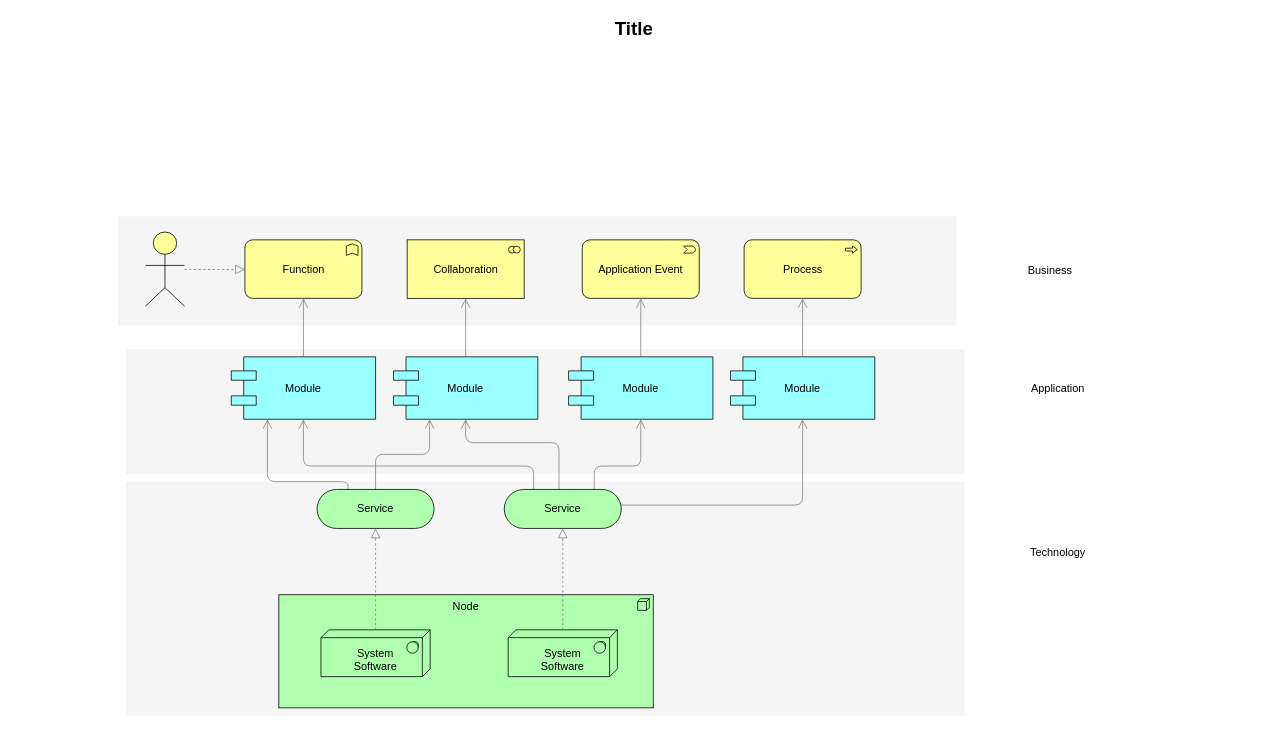
killermyth/killermyth.github.io keeps this draw.io diagram as 未命名绘图.drawio. Above is the earlier version. Source tidied: cells renumbered, new cells numbered last; positions are measured from the earlier drawing's top-left corner, leaving out a move shared by most shapes. Both pictures are drawn from the tidied source at 78%, with x=0, y=0 at pixel (13, 13).
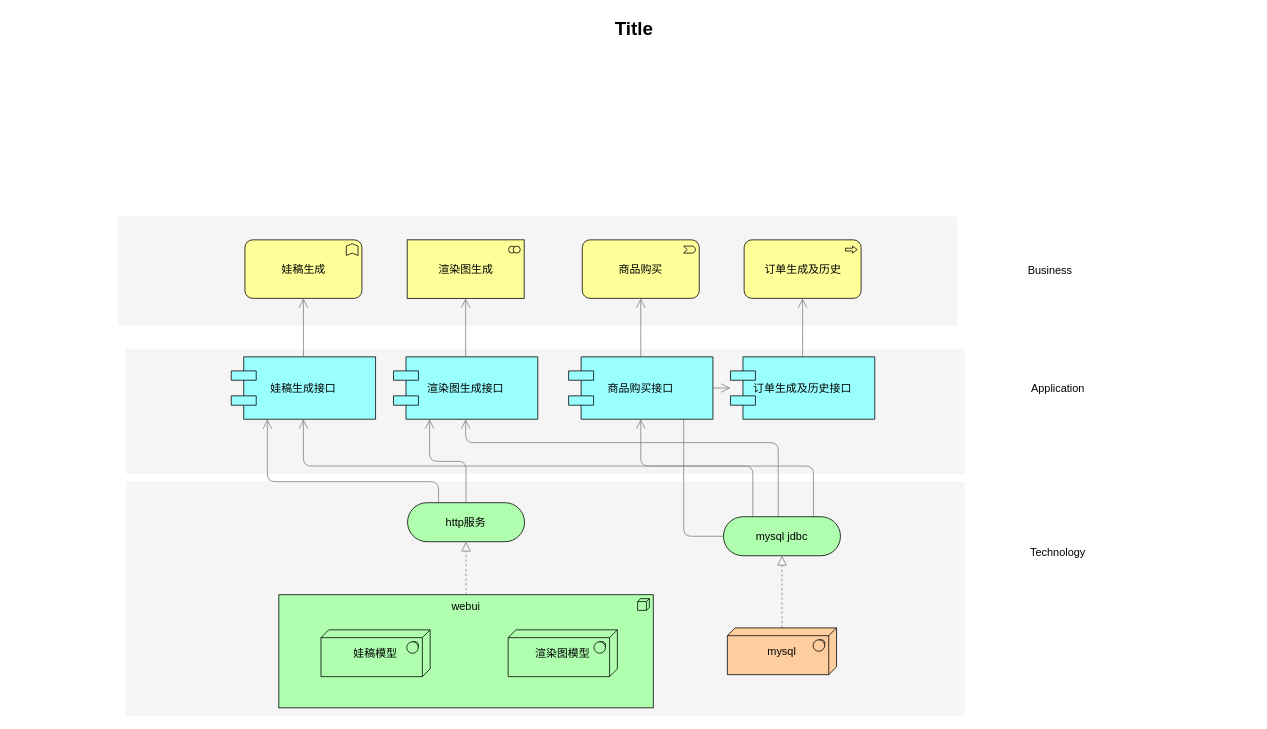
After the change.

Commit message:
更新未命名绘图.drawio

What changed in the source:
```diff
@@
-    <mxCell id="5" value="Node" style="html=1;whiteSpace=wrap;fillColor=#AFFFAF;shape=mxgraph.archimate3.application;appType=node;archiType=square;fontSize=14;verticalAlign=top;" parent="1" vertex="1">
+    <mxCell id="5" value="webui" style="html=1;whiteSpace=wrap;fillColor=#AFFFAF;shape=mxgraph.archimate3.application;appType=node;archiType=square;fontSize=14;verticalAlign=top;" parent="1" vertex="1">
       <mxGeometry x="340" y="745" width="480" height="145" as="geometry" />
     </mxCell>
-    <mxCell id="6" style="edgeStyle=elbowEdgeStyle;rounded=1;elbow=vertical;html=1;startSize=10;endArrow=block;endFill=0;endSize=10;jettySize=auto;strokeColor=#808080;fontSize=14;dashed=1;" parent="1" edge="1" source="7" target="12">
+    <mxCell id="6" style="edgeStyle=elbowEdgeStyle;rounded=1;elbow=vertical;html=1;startSize=10;endArrow=block;endFill=0;endSize=10;jettySize=auto;strokeColor=#808080;fontSize=14;dashed=1;" parent="1" edge="1" source="5" target="12">
       <mxGeometry relative="1" as="geometry" />
     </mxCell>
-    <mxCell id="7" value="&lt;div&gt;&lt;br&gt;&lt;/div&gt;System&lt;div&gt;Software&lt;/div&gt;" style="html=1;whiteSpace=wrap;fillColor=#AFFFAF;shape=mxgraph.archimate3.tech;techType=sysSw;fontSize=14;" parent="1" vertex="1">
+    <mxCell id="7" value="&lt;div&gt;娃稿模型&lt;/div&gt;" style="html=1;whiteSpace=wrap;fillColor=#AFFFAF;shape=mxgraph.archimate3.tech;techType=sysSw;fontSize=14;" parent="1" vertex="1">
       <mxGeometry x="394" y="790" width="140" height="60" as="geometry" />
     </mxCell>
-    <mxCell id="8" style="edgeStyle=elbowEdgeStyle;rounded=1;elbow=vertical;html=1;startSize=10;endArrow=block;endFill=0;endSize=10;jettySize=auto;strokeColor=#808080;fontSize=14;dashed=1;" parent="1" edge="1" source="9" target="17">
+    <mxCell id="8" style="edgeStyle=elbowEdgeStyle;rounded=1;elbow=vertical;html=1;startSize=10;endArrow=block;endFill=0;endSize=10;jettySize=auto;strokeColor=#808080;fontSize=14;dashed=1;exitX=0.5;exitY=0;exitDx=0;exitDy=0;exitPerimeter=0;" parent="1" edge="1" source="36" target="17">
       <mxGeometry relative="1" as="geometry" />
     </mxCell>
-    <mxCell id="9" value="&lt;div&gt;&lt;br&gt;&lt;/div&gt;&lt;div&gt;&lt;span&gt;System&lt;/span&gt;&lt;div&gt;Software&lt;/div&gt;&lt;/div&gt;" style="html=1;whiteSpace=wrap;fillColor=#AFFFAF;shape=mxgraph.archimate3.tech;techType=sysSw;fontSize=14;" parent="1" vertex="1">
+    <mxCell id="9" value="&lt;div&gt;渲染图模型&lt;/div&gt;" style="html=1;whiteSpace=wrap;fillColor=#AFFFAF;shape=mxgraph.archimate3.tech;techType=sysSw;fontSize=14;" parent="1" vertex="1">
       <mxGeometry x="634" y="790" width="140" height="60" as="geometry" />
     </mxCell>
@@
-    <mxCell id="12" value="Service" style="html=1;whiteSpace=wrap;fillColor=#AFFFAF;shape=mxgraph.archimate3.service;fontSize=14;" parent="1" vertex="1">
-      <mxGeometry x="389" y="610" width="150" height="50" as="geometry" />
+    <mxCell id="12" value="http服务" style="html=1;whiteSpace=wrap;fillColor=#AFFFAF;shape=mxgraph.archimate3.service;fontSize=14;" parent="1" vertex="1">
+      <mxGeometry x="505" y="627" width="150" height="50" as="geometry" />
     </mxCell>
@@
-    <mxCell id="17" value="Service" style="html=1;whiteSpace=wrap;fillColor=#AFFFAF;shape=mxgraph.archimate3.service;fontSize=14;" parent="1" vertex="1">
-      <mxGeometry x="629" y="610" width="150" height="50" as="geometry" />
+    <mxCell id="17" value="mysql jdbc" style="html=1;whiteSpace=wrap;fillColor=#AFFFAF;shape=mxgraph.archimate3.service;fontSize=14;" parent="1" vertex="1">
+      <mxGeometry x="910" y="645" width="150" height="50" as="geometry" />
     </mxCell>
@@
-    <mxCell id="19" value="Module" style="shape=component;align=center;fillColor=#99ffff;gradientColor=none;fontSize=14;" parent="1" vertex="1">
+    <mxCell id="19" value="娃稿生成接口" style="shape=component;align=center;fillColor=#99ffff;gradientColor=none;fontSize=14;" parent="1" vertex="1">
       <mxGeometry x="279" y="440" width="185" height="80" as="geometry" />
     </mxCell>
@@
-    <mxCell id="21" value="Module" style="shape=component;align=center;fillColor=#99ffff;gradientColor=none;fontSize=14;" parent="1" vertex="1">
+    <mxCell id="21" value="渲染图生成接口" style="shape=component;align=center;fillColor=#99ffff;gradientColor=none;fontSize=14;" parent="1" vertex="1">
       <mxGeometry x="487" y="440" width="185" height="80" as="geometry" />
     </mxCell>
@@
-    <mxCell id="23" value="Module" style="shape=component;align=center;fillColor=#99ffff;gradientColor=none;fontSize=14;" parent="1" vertex="1">
+    <mxCell id="23" value="商品购买接口" style="shape=component;align=center;fillColor=#99ffff;gradientColor=none;fontSize=14;" parent="1" vertex="1">
       <mxGeometry x="711.5" y="440" width="185" height="80" as="geometry" />
     </mxCell>
@@
-    <mxCell id="25" value="Module" style="shape=component;align=center;fillColor=#99ffff;gradientColor=none;fontSize=14;" parent="1" vertex="1">
+    <mxCell id="25" value="订单生成及历史接口" style="shape=component;align=center;fillColor=#99ffff;gradientColor=none;fontSize=14;" parent="1" vertex="1">
       <mxGeometry x="919" y="440" width="185" height="80" as="geometry" />
     </mxCell>
-    <mxCell id="26" value="Function" style="html=1;whiteSpace=wrap;fillColor=#ffff99;shape=mxgraph.archimate3.application;appType=func;archiType=rounded;fontSize=14;" parent="1" vertex="1">
+    <mxCell id="26" value="娃稿生成" style="html=1;whiteSpace=wrap;fillColor=#ffff99;shape=mxgraph.archimate3.application;appType=func;archiType=rounded;fontSize=14;" parent="1" vertex="1">
       <mxGeometry x="296.5" y="290" width="150" height="75" as="geometry" />
     </mxCell>
-    <mxCell id="27" value="Collaboration" style="html=1;whiteSpace=wrap;fillColor=#ffff99;shape=mxgraph.archimate3.application;appType=collab;archiType=square;fontSize=14;" parent="1" vertex="1">
+    <mxCell id="27" value="渲染图生成" style="html=1;whiteSpace=wrap;fillColor=#ffff99;shape=mxgraph.archimate3.application;appType=collab;archiType=square;fontSize=14;" parent="1" vertex="1">
       <mxGeometry x="504.5" y="290" width="150" height="75" as="geometry" />
     </mxCell>
-    <mxCell id="28" value="Application Event" style="html=1;whiteSpace=wrap;fillColor=#ffff99;shape=mxgraph.archimate3.application;appType=event;archiType=rounded;fontSize=14;" parent="1" vertex="1">
+    <mxCell id="28" value="商品购买" style="html=1;whiteSpace=wrap;fillColor=#ffff99;shape=mxgraph.archimate3.application;appType=event;archiType=rounded;fontSize=14;" parent="1" vertex="1">
       <mxGeometry x="729" y="290" width="150" height="75" as="geometry" />
     </mxCell>
-    <mxCell id="29" value="Process" style="html=1;whiteSpace=wrap;fillColor=#ffff99;shape=mxgraph.archimate3.application;appType=proc;archiType=rounded;fontSize=14;" parent="1" vertex="1">
+    <mxCell id="29" value="订单生成及历史" style="html=1;whiteSpace=wrap;fillColor=#ffff99;shape=mxgraph.archimate3.application;appType=proc;archiType=rounded;fontSize=14;" parent="1" vertex="1">
       <mxGeometry x="936.5" y="290" width="150" height="75" as="geometry" />
     </mxCell>
@@
-    <mxCell id="33" style="edgeStyle=elbowEdgeStyle;rounded=1;elbow=vertical;html=1;dashed=1;startSize=10;endArrow=block;endFill=0;endSize=10;jettySize=auto;strokeColor=#808080;fontSize=14;" parent="1" edge="1" source="34" target="26">
-      <mxGeometry relative="1" as="geometry" />
-    </mxCell>
-    <mxCell id="34" style="html=1;whiteSpace=wrap;fillColor=#ffff99;shape=mxgraph.archimate3.actor;fontSize=14;" parent="1" vertex="1">
-      <mxGeometry x="169" y="280" width="50" height="95" as="geometry" />
-    </mxCell>
@@
+    <mxCell id="36" value="&lt;div&gt;mysql&lt;/div&gt;" style="html=1;whiteSpace=wrap;fillColor=#FFCE9F;shape=mxgraph.archimate3.tech;techType=sysSw;fontSize=14;" parent="1" vertex="1">
+      <mxGeometry x="915" y="787.5" width="140" height="60" as="geometry" />
+    </mxCell>
```
